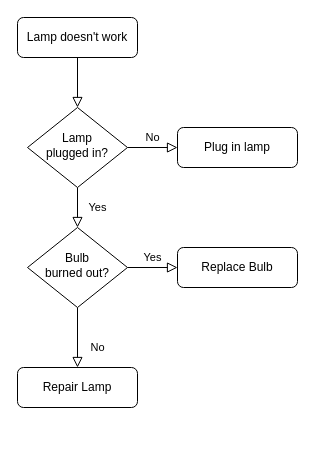
This is .drawio from silasnatter/baramundi_script, a draw.io file, before an edit. Source tidied: cells renumbered, new cells numbered last; positions are measured from the earlier drawing's top-left corner, leaving out a move shared by most shapes. Both pictures are drawn from the tidied source at 100%, with x=0, y=0 at pixel (17, 17).
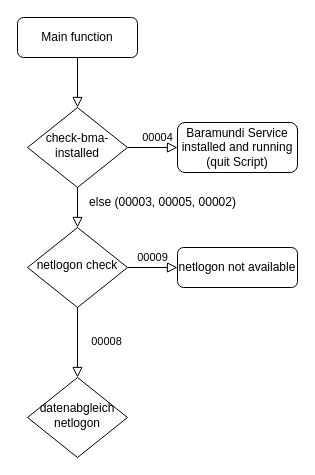
After the change.

Commit message:
visuals.drawio_datenabgleichnetlogon

The edit, as a diff of the source:
```diff
@@
 <mxGraphModel>
   <root>
     <mxCell id="0" />
     <mxCell id="1" parent="0" />
     <mxCell id="2" style="rounded=0;html=1;jettySize=auto;fontSize=11;endArrow=block;endFill=0;endSize=8;strokeWidth=1;shadow=0;labelBackgroundColor=none;edgeStyle=orthogonalEdgeStyle;" parent="1" edge="1" source="3" target="6">
       <mxGeometry relative="1" as="geometry" />
     </mxCell>
-    <mxCell id="3" value="Lamp doesn't work" style="rounded=1;whiteSpace=wrap;html=1;fontSize=12;glass=0;strokeWidth=1;shadow=0;" parent="1" vertex="1">
+    <mxCell id="3" value="Main function" style="rounded=1;whiteSpace=wrap;html=1;fontSize=12;glass=0;strokeWidth=1;shadow=0;" parent="1" vertex="1">
       <mxGeometry width="120" height="40" as="geometry" />
     </mxCell>
-    <mxCell id="4" value="Yes" style="rounded=0;html=1;jettySize=auto;fontSize=11;endArrow=block;endFill=0;endSize=8;strokeWidth=1;shadow=0;labelBackgroundColor=none;edgeStyle=orthogonalEdgeStyle;" parent="1" edge="1" source="6" target="10">
+    <mxCell id="4" style="rounded=0;html=1;jettySize=auto;fontSize=11;endArrow=block;endFill=0;endSize=8;strokeWidth=1;shadow=0;labelBackgroundColor=none;edgeStyle=orthogonalEdgeStyle;" parent="1" edge="1" source="6" target="10">
       <mxGeometry y="20" relative="1" as="geometry" />
     </mxCell>
-    <mxCell id="5" value="No" style="edgeStyle=orthogonalEdgeStyle;rounded=0;html=1;jettySize=auto;fontSize=11;endArrow=block;endFill=0;endSize=8;strokeWidth=1;shadow=0;labelBackgroundColor=none;" parent="1" edge="1" source="6" target="7">
-      <mxGeometry y="10" relative="1" as="geometry" />
+    <mxCell id="5" value="00004" style="edgeStyle=orthogonalEdgeStyle;rounded=0;html=1;jettySize=auto;fontSize=11;endArrow=block;endFill=0;endSize=8;strokeWidth=1;shadow=0;labelBackgroundColor=none;" parent="1" edge="1" source="6" target="7">
+      <mxGeometry x="0.2" y="10" relative="1" as="geometry" />
     </mxCell>
-    <mxCell id="6" value="Lamp&lt;br&gt;plugged in?" style="rhombus;whiteSpace=wrap;html=1;shadow=0;fontFamily=Helvetica;fontSize=12;align=center;strokeWidth=1;spacing=6;spacingTop=-4;" parent="1" vertex="1">
+    <mxCell id="6" value="check-bma-installed" style="rhombus;whiteSpace=wrap;html=1;shadow=0;fontFamily=Helvetica;fontSize=12;align=center;strokeWidth=1;spacing=6;spacingTop=-4;" parent="1" vertex="1">
       <mxGeometry x="10" y="90" width="100" height="80" as="geometry" />
     </mxCell>
-    <mxCell id="7" value="Plug in lamp" style="rounded=1;whiteSpace=wrap;html=1;fontSize=12;glass=0;strokeWidth=1;shadow=0;" parent="1" vertex="1">
-      <mxGeometry x="160" y="110" width="120" height="40" as="geometry" />
+    <mxCell id="7" value="Baramundi Service installed and running (quit Script)" style="rounded=1;whiteSpace=wrap;html=1;fontSize=12;glass=0;strokeWidth=1;shadow=0;" parent="1" vertex="1">
+      <mxGeometry x="160" y="105" width="120" height="50" as="geometry" />
     </mxCell>
-    <mxCell id="8" value="No" style="rounded=0;html=1;jettySize=auto;fontSize=11;endArrow=block;endFill=0;endSize=8;strokeWidth=1;shadow=0;labelBackgroundColor=none;edgeStyle=orthogonalEdgeStyle;" parent="1" edge="1" source="10" target="11">
-      <mxGeometry x="0.33" y="20" relative="1" as="geometry" />
+    <mxCell id="8" value="00008" style="rounded=0;html=1;jettySize=auto;fontSize=11;endArrow=block;endFill=0;endSize=8;strokeWidth=1;shadow=0;labelBackgroundColor=none;edgeStyle=orthogonalEdgeStyle;entryX=0.5;entryY=0;entryDx=0;entryDy=0;" parent="1" edge="1" source="10" target="14">
+      <mxGeometry x="0.01" y="29" relative="1" as="geometry">
+        <mxPoint y="-1" as="offset" />
+      </mxGeometry>
     </mxCell>
-    <mxCell id="9" value="Yes" style="edgeStyle=orthogonalEdgeStyle;rounded=0;html=1;jettySize=auto;fontSize=11;endArrow=block;endFill=0;endSize=8;strokeWidth=1;shadow=0;labelBackgroundColor=none;" parent="1" edge="1" source="10" target="12">
-      <mxGeometry y="10" relative="1" as="geometry" />
+    <mxCell id="9" value="00009" style="edgeStyle=orthogonalEdgeStyle;rounded=0;html=1;jettySize=auto;fontSize=11;endArrow=block;endFill=0;endSize=8;strokeWidth=1;shadow=0;labelBackgroundColor=none;" parent="1" edge="1" source="10" target="12">
+      <mxGeometry x="0.01" y="10" relative="1" as="geometry" />
     </mxCell>
-    <mxCell id="10" value="Bulb&lt;br&gt;burned out?" style="rhombus;whiteSpace=wrap;html=1;shadow=0;fontFamily=Helvetica;fontSize=12;align=center;strokeWidth=1;spacing=6;spacingTop=-4;" parent="1" vertex="1">
+    <mxCell id="10" value="netlogon check" style="rhombus;whiteSpace=wrap;html=1;shadow=0;fontFamily=Helvetica;fontSize=12;align=center;strokeWidth=1;spacing=6;spacingTop=-4;" parent="1" vertex="1">
       <mxGeometry x="10" y="210" width="100" height="80" as="geometry" />
     </mxCell>
-    <mxCell id="11" value="Repair Lamp" style="rounded=1;whiteSpace=wrap;html=1;fontSize=12;glass=0;strokeWidth=1;shadow=0;" parent="1" vertex="1">
-      <mxGeometry y="350" width="120" height="40" as="geometry" />
-    </mxCell>
-    <mxCell id="12" value="Replace Bulb" style="rounded=1;whiteSpace=wrap;html=1;fontSize=12;glass=0;strokeWidth=1;shadow=0;" parent="1" vertex="1">
+    <mxCell id="12" value="netlogon not available" style="rounded=1;whiteSpace=wrap;html=1;fontSize=12;glass=0;strokeWidth=1;shadow=0;" parent="1" vertex="1">
       <mxGeometry x="160" y="230" width="120" height="40" as="geometry" />
     </mxCell>
+    <mxCell id="13" value="else (00003, 00005, 00002)" style="text;html=1;align=center;verticalAlign=middle;strokeColor=none;fillColor=none;" parent="1" vertex="1">
+      <mxGeometry x="60" y="170" width="170" height="30" as="geometry" />
+    </mxCell>
+    <mxCell id="14" value="datenabgleich netlogon" style="rhombus;whiteSpace=wrap;html=1;shadow=0;fontFamily=Helvetica;fontSize=12;align=center;strokeWidth=1;spacing=6;spacingTop=-4;" parent="1" vertex="1">
+      <mxGeometry x="10" y="360" width="100" height="80" as="geometry" />
+    </mxCell>
   </root>
 </mxGraphModel>
```
